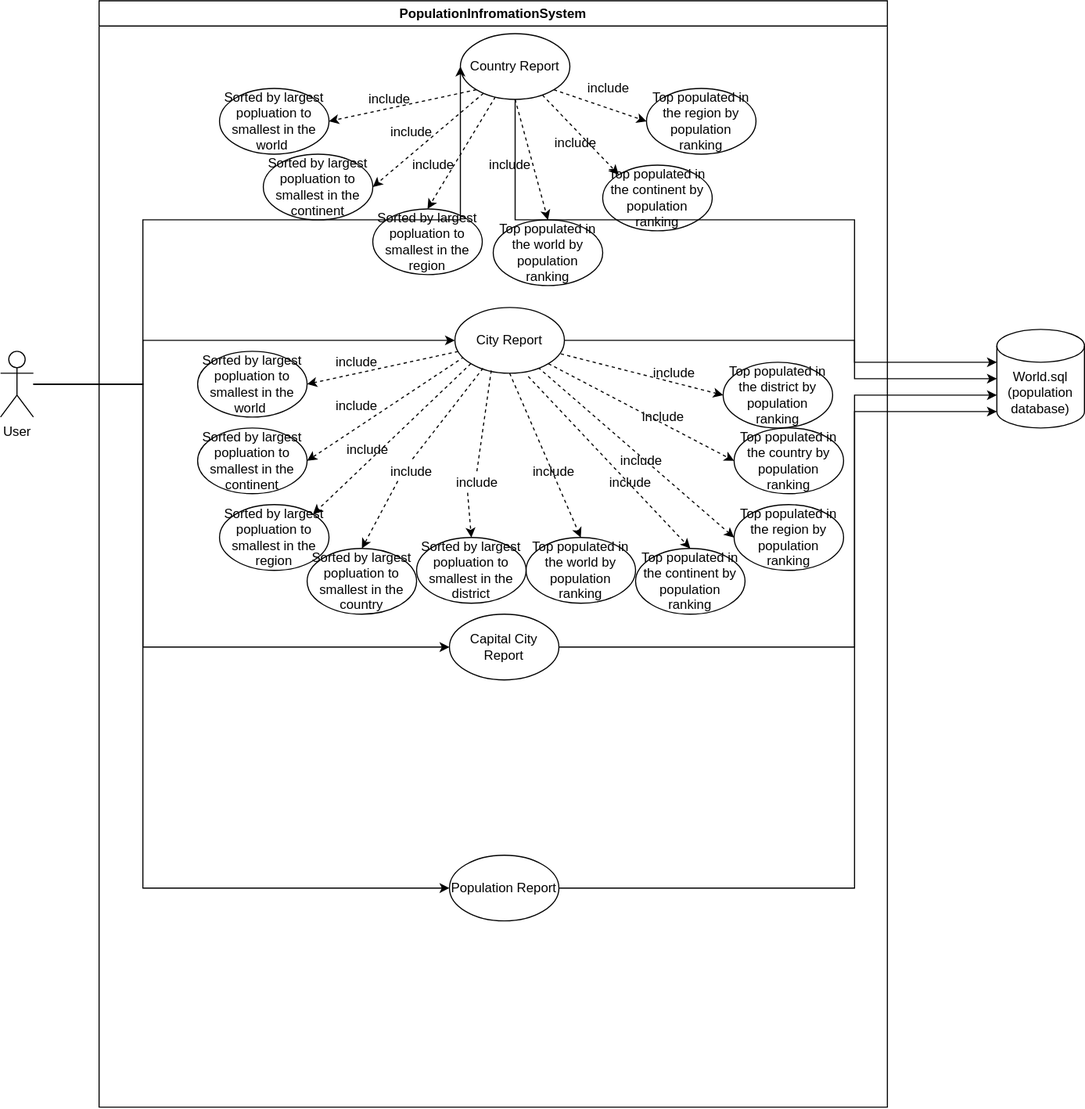
Before: Usecase/PopulationInfromationSystem.svg, a diagram exported from draw.io (ChawThiriSoe1779/SET09623Gp2). Source tidied: cells renumbered, new cells last; positions are measured from the earlier drawing's top-left corner, leaving out a move shared by most shapes.
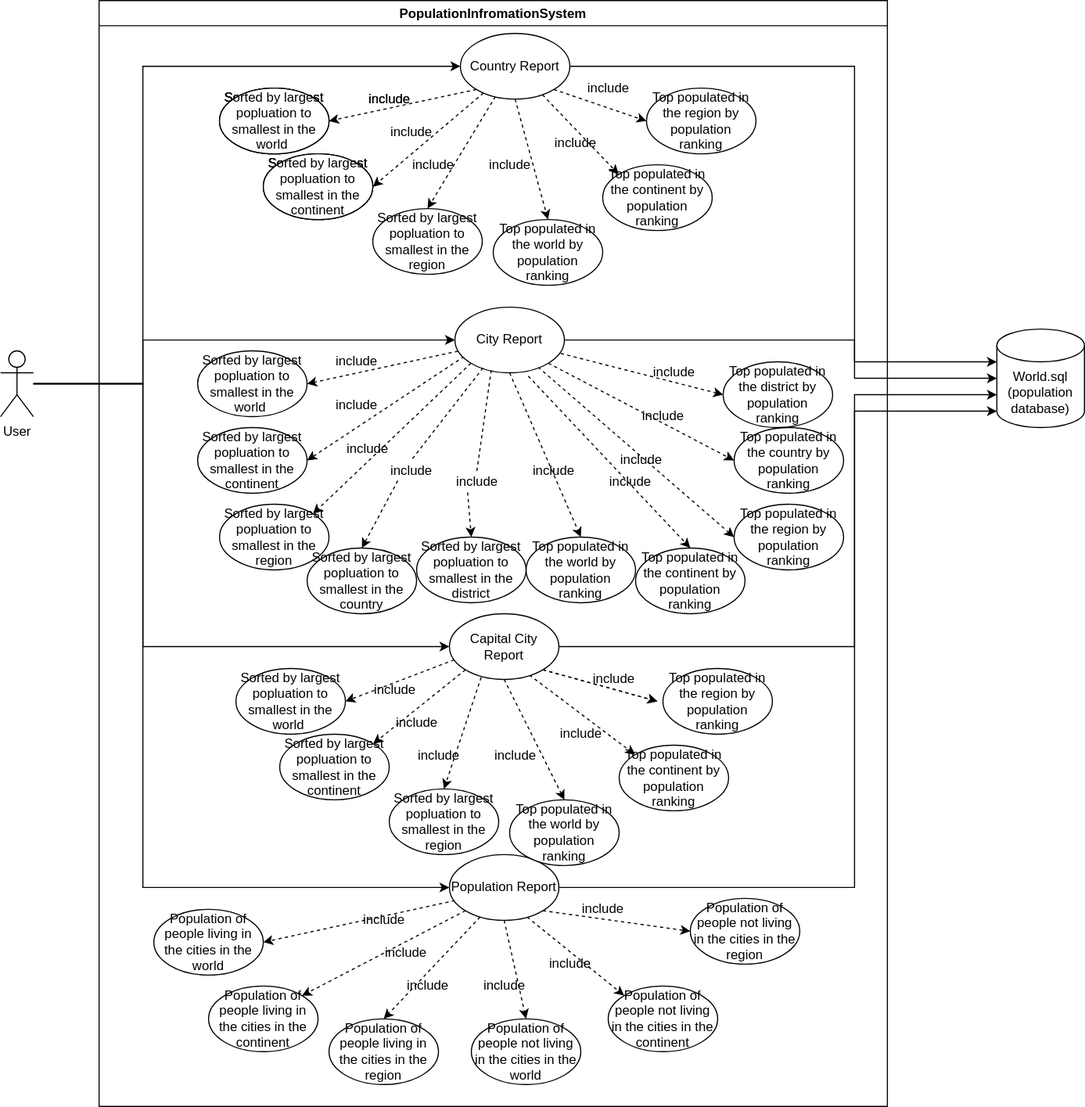
The same file after the commit.

Commit message:
Adding more addition changes in Usecase diagram(PopulationInfromationSystem.svg)

Diff of the diagram source:
```diff
@@ -59,9 +59,44 @@
     <mxCell id="20" value="City Report" style="ellipse;whiteSpace=wrap;html=1;" parent="2" vertex="1">
       <mxGeometry x="325" y="280" width="100" height="60" as="geometry" />
     </mxCell>
+    <mxCell id="67" style="edgeStyle=none;rounded=0;jettySize=auto;html=1;entryX=1;entryY=0.5;entryDx=0;entryDy=0;dashed=1;fontSize=12;" parent="2" edge="1" target="86">
+      <mxGeometry relative="1" as="geometry">
+        <mxPoint x="330" y="600" as="sourcePoint" />
+      </mxGeometry>
+    </mxCell>
+    <mxCell id="68" style="edgeStyle=none;rounded=0;jettySize=auto;html=1;exitX=0;exitY=1;exitDx=0;exitDy=0;entryX=1;entryY=0;entryDx=0;entryDy=0;dashed=1;fontSize=12;" parent="2" edge="1" source="21" target="87">
+      <mxGeometry relative="1" as="geometry" />
+    </mxCell>
+    <mxCell id="69" style="edgeStyle=none;rounded=0;jettySize=auto;html=1;exitX=0.29;exitY=0.967;exitDx=0;exitDy=0;entryX=0.5;entryY=0;entryDx=0;entryDy=0;dashed=1;fontSize=12;exitPerimeter=0;" parent="2" edge="1" source="21" target="82">
+      <mxGeometry relative="1" as="geometry" />
+    </mxCell>
+    <mxCell id="70" style="edgeStyle=none;rounded=0;jettySize=auto;html=1;exitX=0.5;exitY=1;exitDx=0;exitDy=0;entryX=0.5;entryY=0;entryDx=0;entryDy=0;dashed=1;fontSize=12;" parent="2" edge="1" source="21" target="83">
+      <mxGeometry relative="1" as="geometry" />
+    </mxCell>
+    <mxCell id="71" style="edgeStyle=none;rounded=0;jettySize=auto;html=1;exitX=0.73;exitY=0.933;exitDx=0;exitDy=0;entryX=0;entryY=0;entryDx=0;entryDy=0;dashed=1;fontSize=12;exitPerimeter=0;" parent="2" edge="1" source="21" target="84">
+      <mxGeometry relative="1" as="geometry" />
+    </mxCell>
     <mxCell id="21" value="Capital City Report" style="ellipse;whiteSpace=wrap;html=1;" parent="2" vertex="1">
       <mxGeometry x="320" y="560" width="100" height="60" as="geometry" />
     </mxCell>
+    <mxCell id="72" style="edgeStyle=none;rounded=0;jettySize=auto;html=1;exitX=0.05;exitY=0.7;exitDx=0;exitDy=0;entryX=1;entryY=0.5;entryDx=0;entryDy=0;dashed=1;fontSize=12;exitPerimeter=0;" parent="2" edge="1" source="22" target="96">
+      <mxGeometry relative="1" as="geometry" />
+    </mxCell>
+    <mxCell id="73" style="edgeStyle=none;rounded=0;jettySize=auto;html=1;exitX=0;exitY=1;exitDx=0;exitDy=0;entryX=1;entryY=0;entryDx=0;entryDy=0;dashed=1;fontSize=12;" parent="2" edge="1" source="22" target="97">
+      <mxGeometry relative="1" as="geometry" />
+    </mxCell>
+    <mxCell id="74" style="edgeStyle=none;rounded=0;jettySize=auto;html=1;exitX=0.28;exitY=0.95;exitDx=0;exitDy=0;entryX=0.5;entryY=0;entryDx=0;entryDy=0;dashed=1;fontSize=12;exitPerimeter=0;" parent="2" edge="1" source="22" target="98">
+      <mxGeometry relative="1" as="geometry" />
+    </mxCell>
+    <mxCell id="75" style="edgeStyle=none;rounded=0;jettySize=auto;html=1;exitX=0.5;exitY=1;exitDx=0;exitDy=0;entryX=0.5;entryY=0;entryDx=0;entryDy=0;dashed=1;fontSize=12;" parent="2" edge="1" source="22" target="99">
+      <mxGeometry relative="1" as="geometry" />
+    </mxCell>
+    <mxCell id="76" style="edgeStyle=none;rounded=0;jettySize=auto;html=1;exitX=0.71;exitY=0.95;exitDx=0;exitDy=0;entryX=0;entryY=0;entryDx=0;entryDy=0;dashed=1;fontSize=12;exitPerimeter=0;" parent="2" edge="1" source="22" target="100">
+      <mxGeometry relative="1" as="geometry" />
+    </mxCell>
+    <mxCell id="77" style="edgeStyle=none;rounded=0;jettySize=auto;html=1;exitX=1;exitY=1;exitDx=0;exitDy=0;entryX=0;entryY=0.5;entryDx=0;entryDy=0;dashed=1;fontSize=12;" parent="2" edge="1" source="22" target="101">
+      <mxGeometry relative="1" as="geometry" />
+    </mxCell>
     <mxCell id="22" value="Population Report" style="ellipse;whiteSpace=wrap;html=1;" parent="2" vertex="1">
       <mxGeometry x="320" y="780" width="100" height="60" as="geometry" />
     </mxCell>
@@ -167,11 +202,104 @@
     <mxCell id="56" value="include" style="text;html=1;align=center;verticalAlign=middle;strokeColor=none;fillColor=none;fontSize=12;" parent="2" vertex="1">
       <mxGeometry x="500" y="330" width="50" height="20" as="geometry" />
     </mxCell>
+    <mxCell id="78" value="Sorted by largest popluation to smallest in the world&amp;nbsp;" style="ellipse;whiteSpace=wrap;html=1;" parent="2" vertex="1">
+      <mxGeometry x="110" y="80" width="100" height="60" as="geometry" />
+    </mxCell>
+    <mxCell id="79" value="Sorted by largest popluation to smallest in the continent" style="ellipse;whiteSpace=wrap;html=1;" parent="2" vertex="1">
+      <mxGeometry x="150" y="140" width="100" height="60" as="geometry" />
+    </mxCell>
+    <mxCell id="80" value="Sorted by largest popluation to smallest in the world&amp;nbsp;" style="ellipse;whiteSpace=wrap;html=1;" parent="2" vertex="1">
+      <mxGeometry x="110" y="80" width="100" height="60" as="geometry" />
+    </mxCell>
+    <mxCell id="81" value="Sorted by largest popluation to smallest in the continent" style="ellipse;whiteSpace=wrap;html=1;" parent="2" vertex="1">
+      <mxGeometry x="150" y="140" width="100" height="60" as="geometry" />
+    </mxCell>
+    <mxCell id="82" value="Sorted by largest popluation to smallest in the region" style="ellipse;whiteSpace=wrap;html=1;" parent="2" vertex="1">
+      <mxGeometry x="265" y="720" width="100" height="60" as="geometry" />
+    </mxCell>
+    <mxCell id="83" value="Top populated in the world by population ranking" style="ellipse;whiteSpace=wrap;html=1;" parent="2" vertex="1">
+      <mxGeometry x="375" y="730" width="100" height="60" as="geometry" />
+    </mxCell>
+    <mxCell id="84" value="Top populated in the continent by population ranking" style="ellipse;whiteSpace=wrap;html=1;" parent="2" vertex="1">
+      <mxGeometry x="475" y="680" width="100" height="60" as="geometry" />
+    </mxCell>
+    <mxCell id="85" value="Top populated in the region by population ranking" style="ellipse;whiteSpace=wrap;html=1;" parent="2" vertex="1">
+      <mxGeometry x="515" y="610" width="100" height="60" as="geometry" />
+    </mxCell>
+    <mxCell id="86" value="Sorted by largest popluation to smallest in the world&amp;nbsp;" style="ellipse;whiteSpace=wrap;html=1;" parent="2" vertex="1">
+      <mxGeometry x="125" y="610" width="100" height="60" as="geometry" />
+    </mxCell>
+    <mxCell id="87" value="Sorted by largest popluation to smallest in the continent" style="ellipse;whiteSpace=wrap;html=1;" parent="2" vertex="1">
+      <mxGeometry x="165" y="670" width="100" height="60" as="geometry" />
+    </mxCell>
+    <mxCell id="88" style="edgeStyle=none;rounded=0;orthogonalLoop=1;jettySize=auto;html=1;exitX=1;exitY=1;exitDx=0;exitDy=0;dashed=1;fontSize=12;" parent="2" edge="1">
+      <mxGeometry relative="1" as="geometry">
+        <mxPoint x="405.4" y="611.2" as="sourcePoint" />
+        <mxPoint x="510" y="640" as="targetPoint" />
+      </mxGeometry>
+    </mxCell>
+    <mxCell id="89" value="include" style="text;html=1;align=center;verticalAlign=middle;strokeColor=none;fillColor=none;fontSize=12;" parent="2" vertex="1">
+      <mxGeometry x="240" y="80" width="50" height="20" as="geometry" />
+    </mxCell>
+    <mxCell id="90" value="include" style="text;html=1;align=center;verticalAlign=middle;strokeColor=none;fillColor=none;fontSize=12;" parent="2" vertex="1">
+      <mxGeometry x="265" y="650" width="50" height="20" as="geometry" />
+    </mxCell>
+    <mxCell id="91" value="include" style="text;html=1;align=center;verticalAlign=middle;strokeColor=none;fillColor=none;fontSize=12;" parent="2" vertex="1">
+      <mxGeometry x="285" y="680" width="50" height="20" as="geometry" />
+    </mxCell>
+    <mxCell id="92" value="include" style="text;html=1;align=center;verticalAlign=middle;strokeColor=none;fillColor=none;fontSize=12;" parent="2" vertex="1">
+      <mxGeometry x="355" y="680" width="50" height="20" as="geometry" />
+    </mxCell>
+    <mxCell id="93" value="include" style="text;html=1;align=center;verticalAlign=middle;strokeColor=none;fillColor=none;fontSize=12;" parent="2" vertex="1">
+      <mxGeometry x="415" y="660" width="50" height="20" as="geometry" />
+    </mxCell>
+    <mxCell id="94" value="include" style="text;html=1;align=center;verticalAlign=middle;strokeColor=none;fillColor=none;fontSize=12;" parent="2" vertex="1">
+      <mxGeometry x="445" y="610" width="50" height="20" as="geometry" />
+    </mxCell>
+    <mxCell id="95" value="include" style="text;html=1;align=center;verticalAlign=middle;strokeColor=none;fillColor=none;fontSize=12;" parent="2" vertex="1">
+      <mxGeometry x="245" y="620" width="50" height="20" as="geometry" />
+    </mxCell>
+    <mxCell id="96" value="Population of people living in the cities in the world" style="ellipse;whiteSpace=wrap;html=1;" parent="2" vertex="1">
+      <mxGeometry x="50" y="830" width="100" height="60" as="geometry" />
+    </mxCell>
+    <mxCell id="97" value="Population of people living in the cities in the continent" style="ellipse;whiteSpace=wrap;html=1;" parent="2" vertex="1">
+      <mxGeometry x="100" y="900" width="100" height="60" as="geometry" />
+    </mxCell>
+    <mxCell id="98" value="Population of people living in the cities in the region" style="ellipse;whiteSpace=wrap;html=1;" parent="2" vertex="1">
+      <mxGeometry x="210" y="930" width="100" height="60" as="geometry" />
+    </mxCell>
+    <mxCell id="99" value="Population of people not living in the cities in the world" style="ellipse;whiteSpace=wrap;html=1;" parent="2" vertex="1">
+      <mxGeometry x="340" y="930" width="100" height="60" as="geometry" />
+    </mxCell>
+    <mxCell id="100" value="Population of people not living in the cities in the continent" style="ellipse;whiteSpace=wrap;html=1;" parent="2" vertex="1">
+      <mxGeometry x="465" y="900" width="100" height="60" as="geometry" />
+    </mxCell>
+    <mxCell id="101" value="Population of people not living in the cities in the region" style="ellipse;whiteSpace=wrap;html=1;" parent="2" vertex="1">
+      <mxGeometry x="540" y="820" width="100" height="60" as="geometry" />
+    </mxCell>
+    <mxCell id="102" value="include" style="text;html=1;align=center;verticalAlign=middle;strokeColor=none;fillColor=none;fontSize=12;" parent="2" vertex="1">
+      <mxGeometry x="255" y="860" width="50" height="20" as="geometry" />
+    </mxCell>
+    <mxCell id="103" value="include" style="text;html=1;align=center;verticalAlign=middle;strokeColor=none;fillColor=none;fontSize=12;" parent="2" vertex="1">
+      <mxGeometry x="275" y="890" width="50" height="20" as="geometry" />
+    </mxCell>
+    <mxCell id="104" value="include" style="text;html=1;align=center;verticalAlign=middle;strokeColor=none;fillColor=none;fontSize=12;" parent="2" vertex="1">
+      <mxGeometry x="345" y="890" width="50" height="20" as="geometry" />
+    </mxCell>
+    <mxCell id="105" value="include" style="text;html=1;align=center;verticalAlign=middle;strokeColor=none;fillColor=none;fontSize=12;" parent="2" vertex="1">
+      <mxGeometry x="405" y="870" width="50" height="20" as="geometry" />
+    </mxCell>
+    <mxCell id="106" value="include" style="text;html=1;align=center;verticalAlign=middle;strokeColor=none;fillColor=none;fontSize=12;" parent="2" vertex="1">
+      <mxGeometry x="435" y="820" width="50" height="20" as="geometry" />
+    </mxCell>
+    <mxCell id="107" value="include" style="text;html=1;align=center;verticalAlign=middle;strokeColor=none;fillColor=none;fontSize=12;" parent="2" vertex="1">
+      <mxGeometry x="235" y="830" width="50" height="20" as="geometry" />
+    </mxCell>
     <mxCell id="57" style="edgeStyle=orthogonalEdgeStyle;rounded=0;jettySize=auto;html=1;entryX=0;entryY=0.5;entryDx=0;entryDy=0;" parent="1" edge="1" source="61" target="9">
       <mxGeometry relative="1" as="geometry">
         <Array as="points">
           <mxPoint x="130" y="350" />
-          <mxPoint x="130" y="200" />
+          <mxPoint x="130" y="60" />
         </Array>
       </mxGeometry>
     </mxCell>
@@ -208,7 +336,7 @@
     <mxCell id="63" style="edgeStyle=orthogonalEdgeStyle;rounded=0;jettySize=auto;html=1;entryX=0;entryY=0;entryDx=0;entryDy=30;entryPerimeter=0;" parent="1" edge="1" source="9" target="62">
       <mxGeometry relative="1" as="geometry">
         <Array as="points">
-          <mxPoint x="780" y="200" />
+          <mxPoint x="780" y="60" />
           <mxPoint x="780" y="330" />
         </Array>
       </mxGeometry>
@@ -237,5 +365,10 @@
         </Array>
       </mxGeometry>
     </mxCell>
+    <mxCell id="108" style="edgeStyle=none;rounded=0;jettySize=auto;html=1;exitX=1;exitY=1;exitDx=0;exitDy=0;dashed=1;fontSize=12;" parent="1" edge="1" source="21">
+      <mxGeometry relative="1" as="geometry">
+        <mxPoint x="600" y="640" as="targetPoint" />
+      </mxGeometry>
+    </mxCell>
   </root>
 </mxGraphModel>
```
